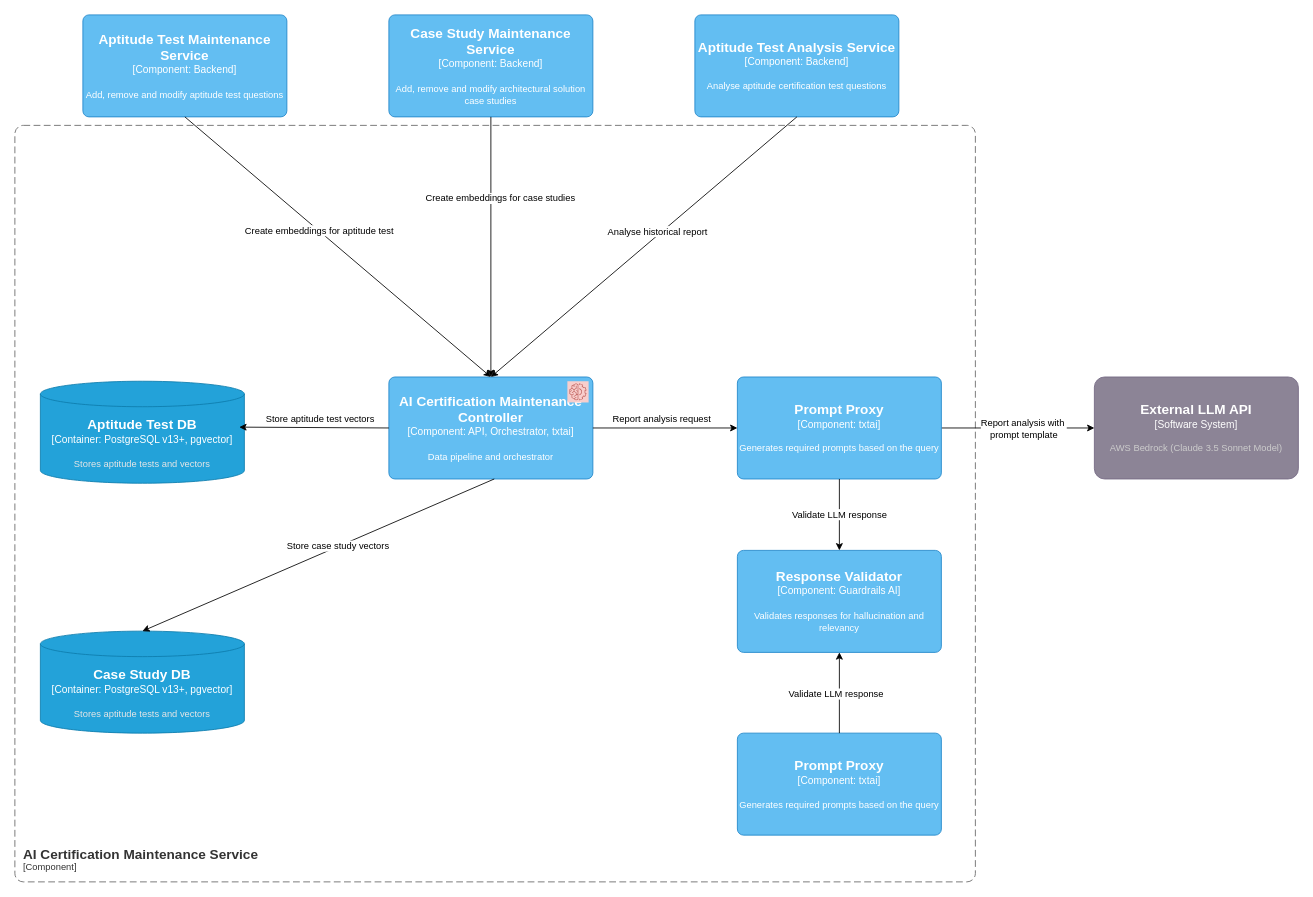
Earlier version of the draw.io diagram page "C3-AI Certification Maintenance Service Component" (5 of 9) of Certifiable c4.drawio (architectrons/arch-kata-2025). Source tidied: cells renumbered, new cells numbered last; positions are measured from the earlier drawing's top-left corner, leaving out a move shared by most shapes. Both pictures are drawn from the tidied source at 85%, with x=0, y=0 at pixel (14, 14).
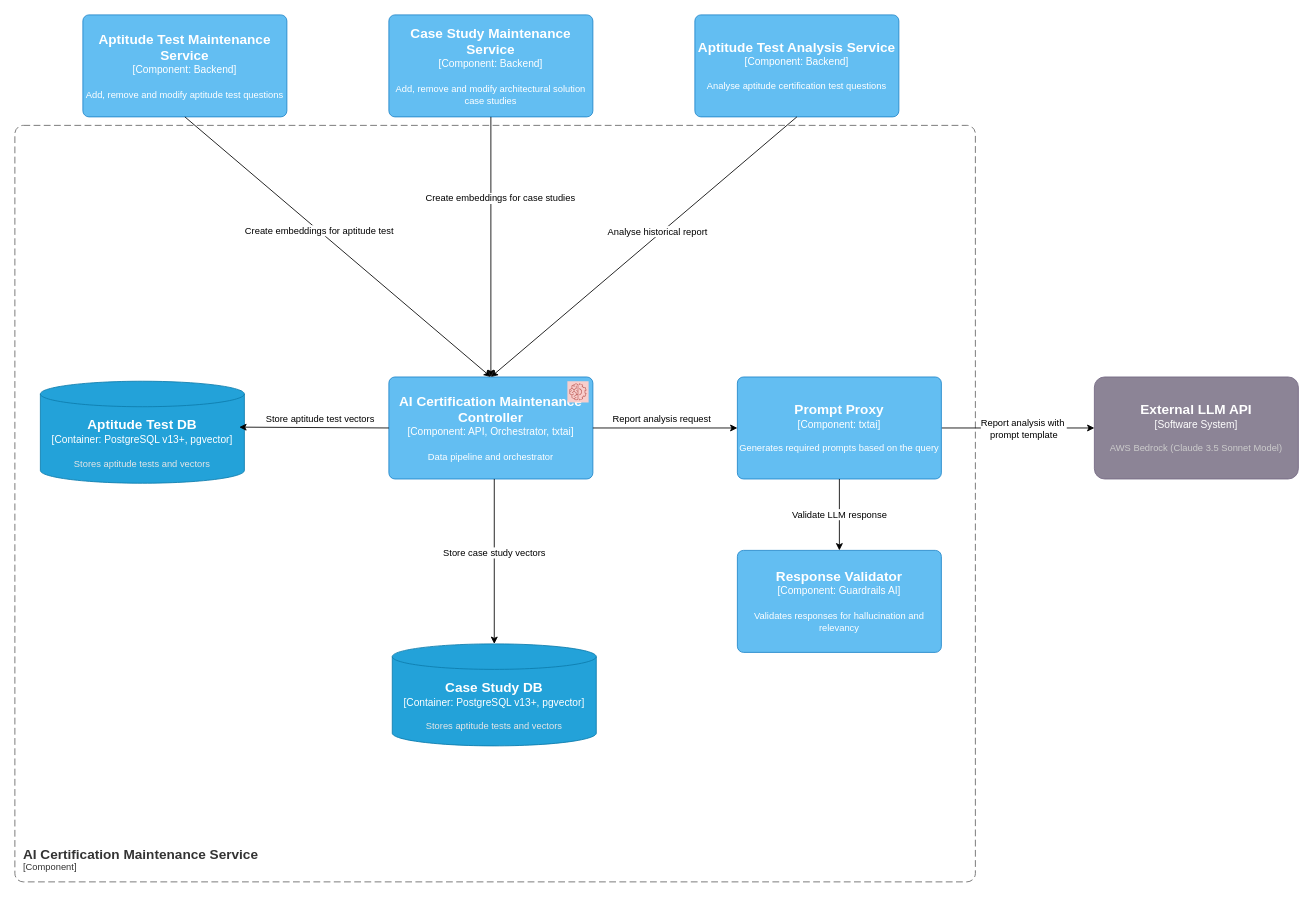
The same page after the edit.

Commit message:
First draft of AI Certification Maintenance Service

Unchanged cells that the change refers to:
```xml
<object id="26" label="&lt;font style=&quot;font-size: 16px&quot;&gt;&lt;b&gt;%c4Name%&lt;/b&gt;&lt;/font&gt;&lt;div&gt;[%c4Type%: %c4Technology%]&lt;/div&gt;&lt;br&gt;&lt;div&gt;&lt;font style=&quot;font-size: 11px&quot;&gt;%c4Description%&lt;/font&gt;&lt;/div&gt;" c4Description="Validates responses for hallucination and relevancy" c4Name="Response Validator" c4Technology="Guardrails AI" c4Type="Component" placeholders="1">
  <mxCell style="rounded=1;whiteSpace=wrap;html=1;labelBackgroundColor=none;fillColor=#63BEF2;fontColor=#ffffff;align=center;arcSize=6;strokeColor=#2086C9;points=[[0.25,0,0],[0.5,0,0],[0.75,0,0],[1,0.25,0],[1,0.5,0],[1,0.75,0],[0.75,1,0],[0.5,1,0],[0.25,1,0],[0,0.75,0],[0,0.5,0],[0,0.25,0]];" parent="1" vertex="1">
    <mxGeometry x="850" y="630" width="240" height="120" as="geometry" />
  </mxCell>
</object>
```

Diff of the diagram source:
```diff
@@
     <object id="14" label="&lt;font style=&quot;font-size: 16px&quot;&gt;&lt;b&gt;%c4Name%&lt;/b&gt;&lt;/font&gt;&lt;div&gt;[%c4Type%:&amp;nbsp;%c4Technology%]&lt;/div&gt;&lt;br&gt;&lt;div&gt;&lt;font style=&quot;font-size: 11px&quot;&gt;&lt;font color=&quot;#E6E6E6&quot;&gt;%c4Description%&lt;/font&gt;&lt;/div&gt;" c4Description="Stores aptitude tests and vectors" c4Name="Case Study DB" c4Technology="PostgreSQL v13+, pgvector" c4Type="Container" placeholders="1">
       <mxCell style="shape=cylinder3;size=15;whiteSpace=wrap;html=1;boundedLbl=1;rounded=0;labelBackgroundColor=none;fillColor=#23A2D9;fontSize=12;fontColor=#ffffff;align=center;strokeColor=#0E7DAD;points=[[0.5,0,0],[1,0.25,0],[1,0.5,0],[1,0.75,0],[0.5,1,0],[0,0.75,0],[0,0.5,0],[0,0.25,0]];" parent="1" vertex="1">
-        <mxGeometry x="30" y="725" width="240" height="120" as="geometry" />
+        <mxGeometry x="444" y="740" width="240" height="120" as="geometry" />
       </mxCell>
     </object>
@@
-    <object id="28" label="&lt;font style=&quot;font-size: 16px&quot;&gt;&lt;b&gt;%c4Name%&lt;/b&gt;&lt;/font&gt;&lt;div&gt;[%c4Type%: %c4Technology%]&lt;/div&gt;&lt;br&gt;&lt;div&gt;&lt;font style=&quot;font-size: 11px&quot;&gt;%c4Description%&lt;/font&gt;&lt;/div&gt;" c4Description="Generates required prompts based on the query" c4Name="Prompt Proxy" c4Technology="txtai" c4Type="Component" placeholders="1">
-      <mxCell style="rounded=1;whiteSpace=wrap;html=1;labelBackgroundColor=none;fillColor=#63BEF2;fontColor=#ffffff;align=center;arcSize=6;strokeColor=#2086C9;points=[[0.25,0,0],[0.5,0,0],[0.75,0,0],[1,0.25,0],[1,0.5,0],[1,0.75,0],[0.75,1,0],[0.5,1,0],[0.25,1,0],[0,0.75,0],[0,0.5,0],[0,0.25,0]];" parent="1" vertex="1">
-        <mxGeometry x="850" y="845" width="240" height="120" as="geometry" />
-      </mxCell>
-    </object>
-    <mxCell id="29" style="edgeStyle=none;rounded=0;jettySize=auto;html=1;exitX=0.5;exitY=0;exitDx=0;exitDy=0;exitPerimeter=0;entryX=0.5;entryY=1;entryDx=0;entryDy=0;entryPerimeter=0;" parent="1" edge="1" source="28" target="26">
-      <mxGeometry relative="1" as="geometry" />
-    </mxCell>
-    <mxCell id="30" value="Validate LLM response" style="edgeLabel;html=1;align=center;verticalAlign=middle;" parent="29" vertex="1">
-      <mxGeometry x="-0.01" y="5" relative="1" as="geometry" />
-    </mxCell>
```
